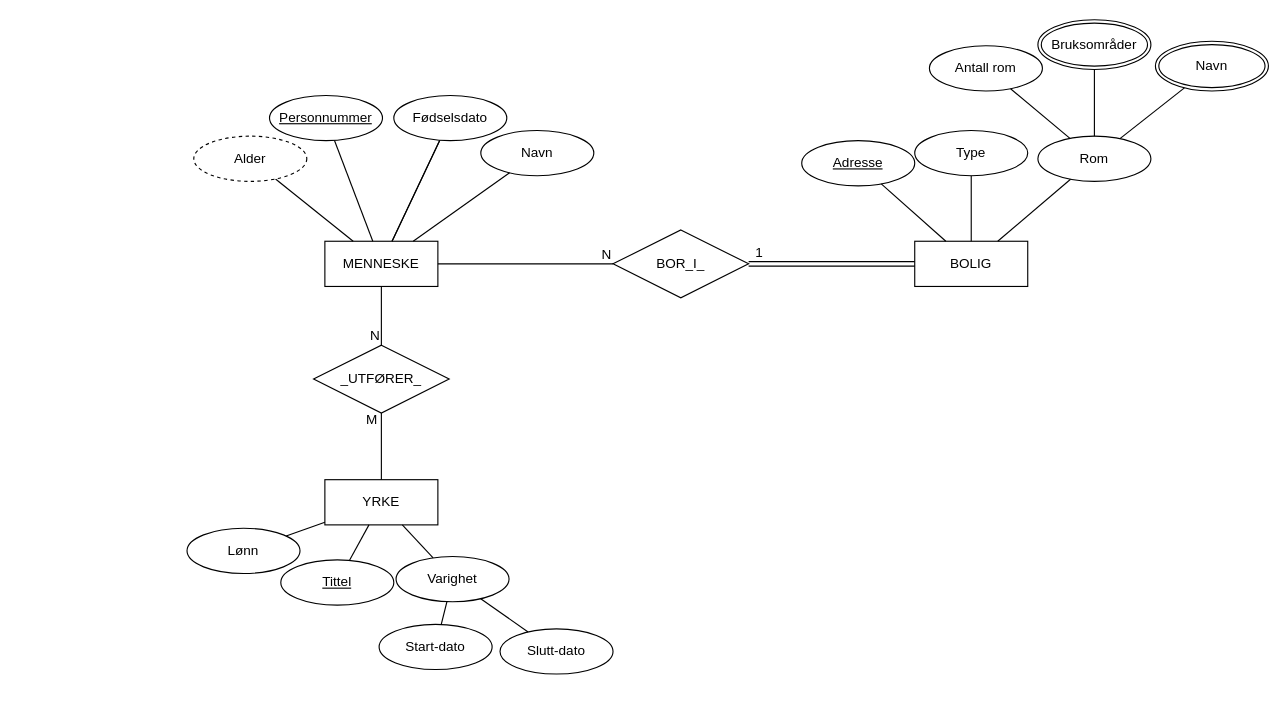
Before: innlevering1/oppgave2.drawio in harepus/in2090, a draw.io diagram. Source tidied: cells renumbered, new cells numbered last; positions are measured from the earlier drawing's top-left corner, leaving out a move shared by most shapes. Both pictures are drawn from the tidied source at 113%, with x=0, y=0 at pixel (186, 19).
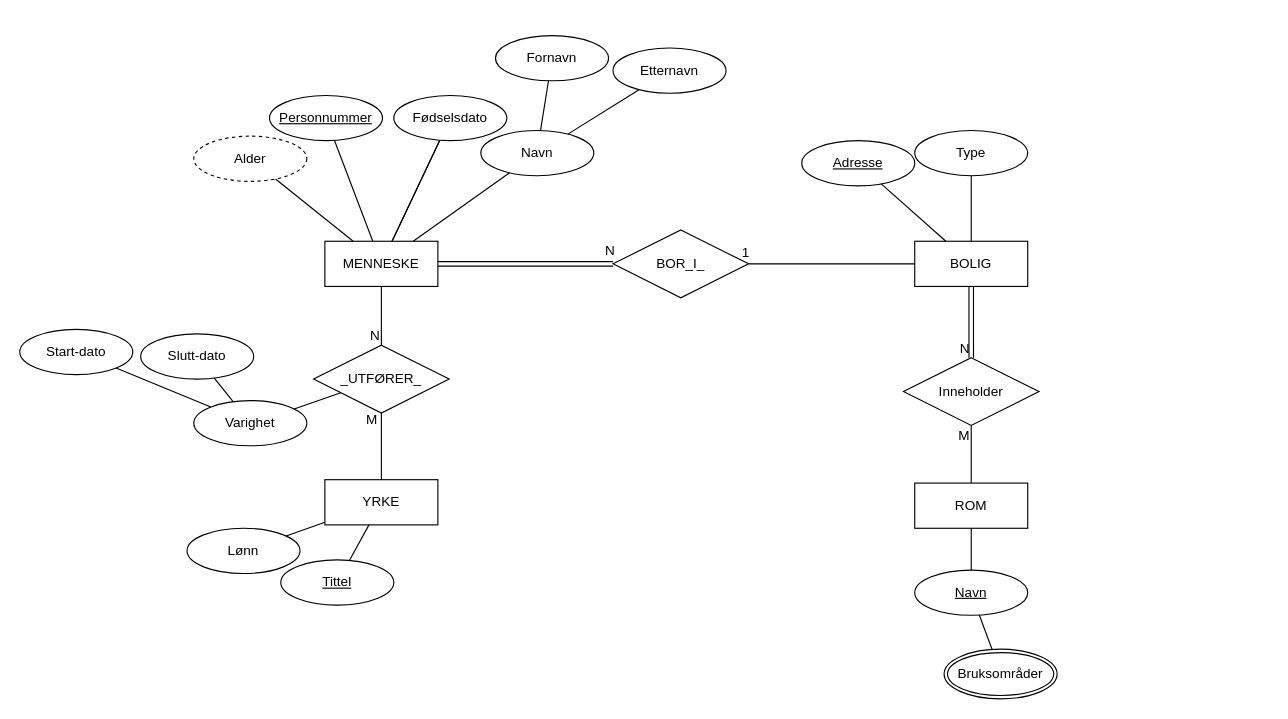
The same diagram, later.

Unchanged cells that the change refers to:
```xml
<mxCell id="2" value="MENNESKE" style="whiteSpace=wrap;html=1;align=center;" parent="1" vertex="1">
  <mxGeometry x="122" y="196" width="100" height="40" as="geometry" />
</mxCell>
<mxCell id="3" value="Navn" style="ellipse;whiteSpace=wrap;html=1;align=center;" parent="1" vertex="1">
  <mxGeometry x="260" y="98" width="100" height="40" as="geometry" />
</mxCell>
<mxCell id="11" value="BOLIG" style="whiteSpace=wrap;html=1;align=center;" parent="1" vertex="1">
  <mxGeometry x="644" y="196" width="100" height="40" as="geometry" />
</mxCell>
<mxCell id="23" value="_UTFØRER_" style="shape=rhombus;perimeter=rhombusPerimeter;whiteSpace=wrap;html=1;align=center;" parent="1" vertex="1">
  <mxGeometry x="112" y="288" width="120" height="60" as="geometry" />
</mxCell>
<mxCell id="24" value="YRKE" style="whiteSpace=wrap;html=1;align=center;" parent="1" vertex="1">
  <mxGeometry x="122" y="407" width="100" height="40" as="geometry" />
</mxCell>
<mxCell id="27" value="BOR_I_" style="shape=rhombus;perimeter=rhombusPerimeter;whiteSpace=wrap;html=1;align=center;" parent="1" vertex="1">
  <mxGeometry x="377" y="186" width="120" height="60" as="geometry" />
</mxCell>
```

The edit, as a diff of the source:
```diff
@@
-    <mxCell id="16" value="Rom" style="ellipse;whiteSpace=wrap;html=1;align=center;" parent="1" vertex="1">
-      <mxGeometry x="753" y="103" width="100" height="40" as="geometry" />
-    </mxCell>
-    <mxCell id="17" value="Antall rom" style="ellipse;whiteSpace=wrap;html=1;align=center;" parent="1" vertex="1">
-      <mxGeometry x="657" y="23" width="100" height="40" as="geometry" />
-    </mxCell>
-    <mxCell id="18" style="endArrow=none;html=1;rounded=0;" parent="1" edge="1" source="16" target="11">
-      <mxGeometry relative="1" as="geometry" />
-    </mxCell>
-    <mxCell id="19" style="endArrow=none;html=1;rounded=0;" parent="1" edge="1" source="17" target="16">
-      <mxGeometry relative="1" as="geometry" />
-    </mxCell>
-    <mxCell id="20" style="endArrow=none;html=1;rounded=0;" parent="1" edge="1" source="21" target="16">
+    <mxCell id="20" style="endArrow=none;html=1;rounded=0;" parent="1" edge="1" source="51" target="21">
       <mxGeometry relative="1" as="geometry" />
     </mxCell>
-    <mxCell id="21" value="Navn" style="ellipse;shape=doubleEllipse;margin=3;whiteSpace=wrap;html=1;align=center;" parent="1" vertex="1">
-      <mxGeometry x="857" y="19" width="100" height="44" as="geometry" />
-    </mxCell>
-    <mxCell id="22" style="endArrow=none;html=1;rounded=0;" parent="1" edge="1" source="25" target="16">
+    <mxCell id="22" style="endArrow=none;html=1;rounded=0;" parent="1" edge="1" source="25" target="21">
       <mxGeometry relative="1" as="geometry" />
     </mxCell>
@@
     <mxCell id="25" value="Bruksområder" style="ellipse;shape=doubleEllipse;margin=3;whiteSpace=wrap;html=1;align=center;" parent="1" vertex="1">
-      <mxGeometry x="753" width="100" height="44" as="geometry" />
+      <mxGeometry x="670" y="557" width="100" height="44" as="geometry" />
     </mxCell>
@@
-    <mxCell id="28" style="endArrow=none;html=1;rounded=0;" parent="1" edge="1" source="2" target="27">
+    <mxCell id="28" style="endArrow=none;html=1;rounded=0;" parent="1" edge="1" source="11" target="27">
       <mxGeometry relative="1" as="geometry" />
     </mxCell>
-    <mxCell id="29" value="N" style="html=1;whiteSpace=wrap;align=right;verticalAlign=bottom;" parent="28" vertex="1">
-      <mxGeometry x="1" relative="1" as="geometry" />
+    <mxCell id="29" value="&lt;div&gt;1&lt;br&gt;&lt;/div&gt;" style="html=1;whiteSpace=wrap;align=right;verticalAlign=bottom;" parent="28" vertex="1">
+      <mxGeometry x="1" relative="1" as="geometry">
+        <mxPoint x="2" y="-2" as="offset" />
+      </mxGeometry>
     </mxCell>
-    <mxCell id="30" style="shape=link;html=1;rounded=0;" parent="1" edge="1" source="27" target="11">
+    <mxCell id="30" style="shape=link;html=1;rounded=0;" parent="1" edge="1" source="27" target="2">
       <mxGeometry relative="1" as="geometry" />
     </mxCell>
-    <mxCell id="31" value="1" style="html=1;whiteSpace=wrap;align=right;verticalAlign=bottom;" parent="30" vertex="1">
+    <mxCell id="31" value="N" style="html=1;whiteSpace=wrap;align=right;verticalAlign=bottom;" parent="30" vertex="1">
       <mxGeometry x="1" relative="1" as="geometry">
-        <mxPoint x="-133" y="-2" as="offset" />
+        <mxPoint x="158" y="-3" as="offset" />
       </mxGeometry>
     </mxCell>
@@
     <mxCell id="36" value="Start-dato" style="ellipse;whiteSpace=wrap;html=1;align=center;" parent="1" vertex="1">
-      <mxGeometry x="170" y="535" width="100" height="40" as="geometry" />
+      <mxGeometry x="-148" y="274" width="100" height="40" as="geometry" />
     </mxCell>
-    <mxCell id="37" style="endArrow=none;html=1;rounded=0;" parent="1" edge="1" source="44" target="24">
+    <mxCell id="37" style="endArrow=none;html=1;rounded=0;" parent="1" edge="1" source="44" target="23">
       <mxGeometry relative="1" as="geometry" />
     </mxCell>
     <mxCell id="38" value="Slutt-dato" style="ellipse;whiteSpace=wrap;html=1;align=center;" parent="1" vertex="1">
-      <mxGeometry x="277" y="539" width="100" height="40" as="geometry" />
+      <mxGeometry x="-41" y="278" width="100" height="40" as="geometry" />
     </mxCell>
@@
     <mxCell id="44" value="Varighet" style="ellipse;whiteSpace=wrap;html=1;align=center;" parent="1" vertex="1">
-      <mxGeometry x="185" y="475" width="100" height="40" as="geometry" />
+      <mxGeometry x="6" y="337" width="100" height="40" as="geometry" />
     </mxCell>
@@
+    <mxCell id="46" value="Fornavn" style="ellipse;whiteSpace=wrap;html=1;align=center;" parent="1" vertex="1">
+      <mxGeometry x="273" y="14" width="100" height="40" as="geometry" />
+    </mxCell>
+    <mxCell id="47" value="Etternavn" style="ellipse;whiteSpace=wrap;html=1;align=center;" parent="1" vertex="1">
+      <mxGeometry x="377" y="25" width="100" height="40" as="geometry" />
+    </mxCell>
+    <mxCell id="48" style="endArrow=none;html=1;rounded=0;" parent="1" edge="1" source="3" target="46">
+      <mxGeometry relative="1" as="geometry" />
+    </mxCell>
+    <mxCell id="49" style="endArrow=none;html=1;rounded=0;" parent="1" edge="1" source="3" target="47">
+      <mxGeometry relative="1" as="geometry" />
+    </mxCell>
+    <mxCell id="50" value="Inneholder" style="shape=rhombus;perimeter=rhombusPerimeter;whiteSpace=wrap;html=1;align=center;" parent="1" vertex="1">
+      <mxGeometry x="634" y="299" width="120" height="60" as="geometry" />
+    </mxCell>
+    <mxCell id="51" value="ROM" style="whiteSpace=wrap;html=1;align=center;" parent="1" vertex="1">
+      <mxGeometry x="644" y="410" width="100" height="40" as="geometry" />
+    </mxCell>
+    <mxCell id="21" value="Navn" style="ellipse;whiteSpace=wrap;html=1;align=center;fontStyle=4;" parent="1" vertex="1">
+      <mxGeometry x="644" y="487" width="100" height="40" as="geometry" />
+    </mxCell>
+    <mxCell id="52" style="shape=link;html=1;rounded=0;" parent="1" edge="1" source="11" target="50">
+      <mxGeometry relative="1" as="geometry" />
+    </mxCell>
+    <mxCell id="53" value="N" style="html=1;whiteSpace=wrap;align=right;verticalAlign=bottom;" parent="52" vertex="1">
+      <mxGeometry x="1" relative="1" as="geometry" />
+    </mxCell>
+    <mxCell id="54" style="endArrow=none;html=1;rounded=0;" parent="1" edge="1" source="51" target="50">
+      <mxGeometry relative="1" as="geometry" />
+    </mxCell>
+    <mxCell id="55" value="M" style="html=1;whiteSpace=wrap;align=right;verticalAlign=bottom;" parent="54" vertex="1">
+      <mxGeometry x="1" relative="1" as="geometry">
+        <mxPoint y="17" as="offset" />
+      </mxGeometry>
+    </mxCell>
```
